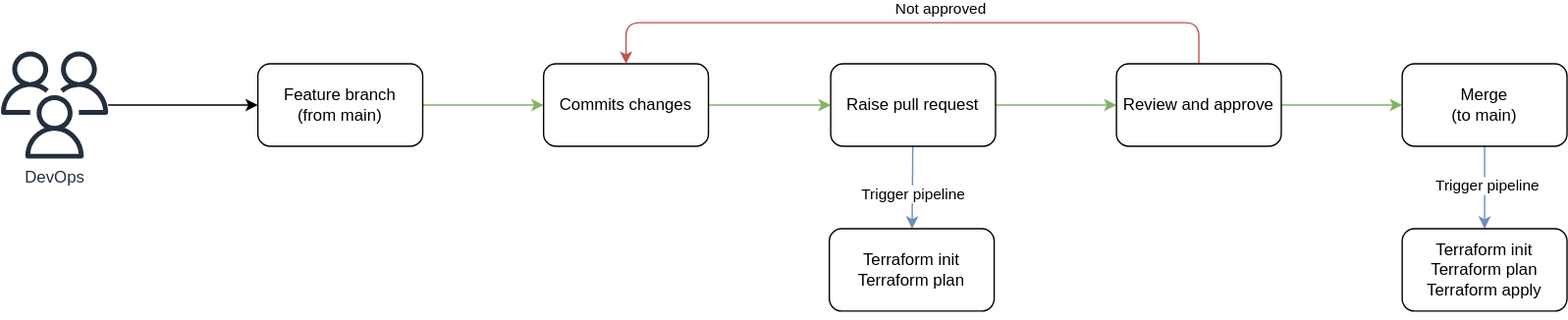
edgarinhm/b4bit-architecture-scalable-challenge keeps this draw.io diagram as architecture/terraform-pipeline-workflow.drawio.svg. Above is the earlier version. Source tidied: cells renumbered, new cells last; positions are measured from the earlier drawing's top-left corner, leaving out a move shared by most shapes.
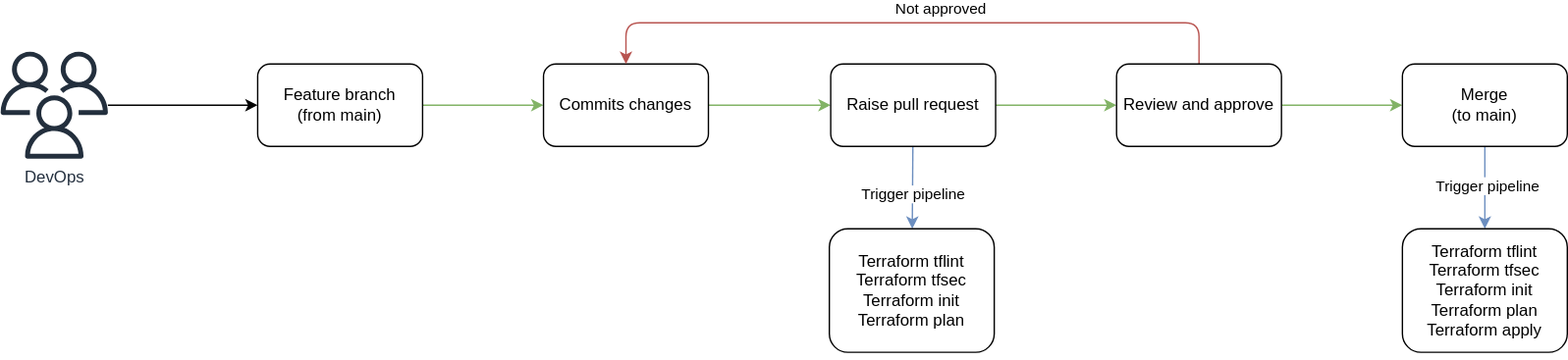
After the change.

The edit, as a diff of the source:
```diff
@@ -59,11 +59,11 @@
     <mxCell id="18" value="Merge&lt;div&gt;(to main)&lt;/div&gt;" style="rounded=1;whiteSpace=wrap;html=1;" parent="1" vertex="1">
       <mxGeometry x="1020" y="30" width="120" height="60" as="geometry" />
     </mxCell>
-    <mxCell id="19" value="Terraform init&lt;div&gt;Terraform plan&lt;/div&gt;" style="rounded=1;whiteSpace=wrap;html=1;" parent="1" vertex="1">
-      <mxGeometry x="603" y="150" width="120" height="60" as="geometry" />
+    <mxCell id="19" value="&lt;div&gt;Terraform tflint&lt;/div&gt;&lt;div&gt;Terraform tfsec&lt;/div&gt;Terraform init&lt;div&gt;Terraform plan&lt;/div&gt;" style="rounded=1;whiteSpace=wrap;html=1;" parent="1" vertex="1">
+      <mxGeometry x="603" y="150" width="120" height="90" as="geometry" />
     </mxCell>
-    <mxCell id="20" value="&lt;div&gt;&lt;br&gt;&lt;/div&gt;Terraform init&lt;div&gt;Terraform plan&lt;/div&gt;&lt;div&gt;Terraform apply&lt;/div&gt;&lt;div&gt;&lt;br&gt;&lt;/div&gt;" style="rounded=1;whiteSpace=wrap;html=1;" parent="1" vertex="1">
-      <mxGeometry x="1020" y="150" width="120" height="60" as="geometry" />
+    <mxCell id="20" value="&lt;div&gt;&lt;br&gt;&lt;/div&gt;&lt;div&gt;&lt;div&gt;Terraform tflint&lt;/div&gt;&lt;div&gt;Terraform tfsec&lt;/div&gt;&lt;span style=&quot;color: rgb(0, 0, 0);&quot;&gt;&lt;/span&gt;&lt;/div&gt;Terraform init&lt;div&gt;Terraform plan&lt;/div&gt;&lt;div&gt;Terraform apply&lt;/div&gt;&lt;div&gt;&lt;br&gt;&lt;/div&gt;" style="rounded=1;whiteSpace=wrap;html=1;" parent="1" vertex="1">
+      <mxGeometry x="1020" y="150" width="120" height="90" as="geometry" />
     </mxCell>
   </root>
 </mxGraphModel>
```
